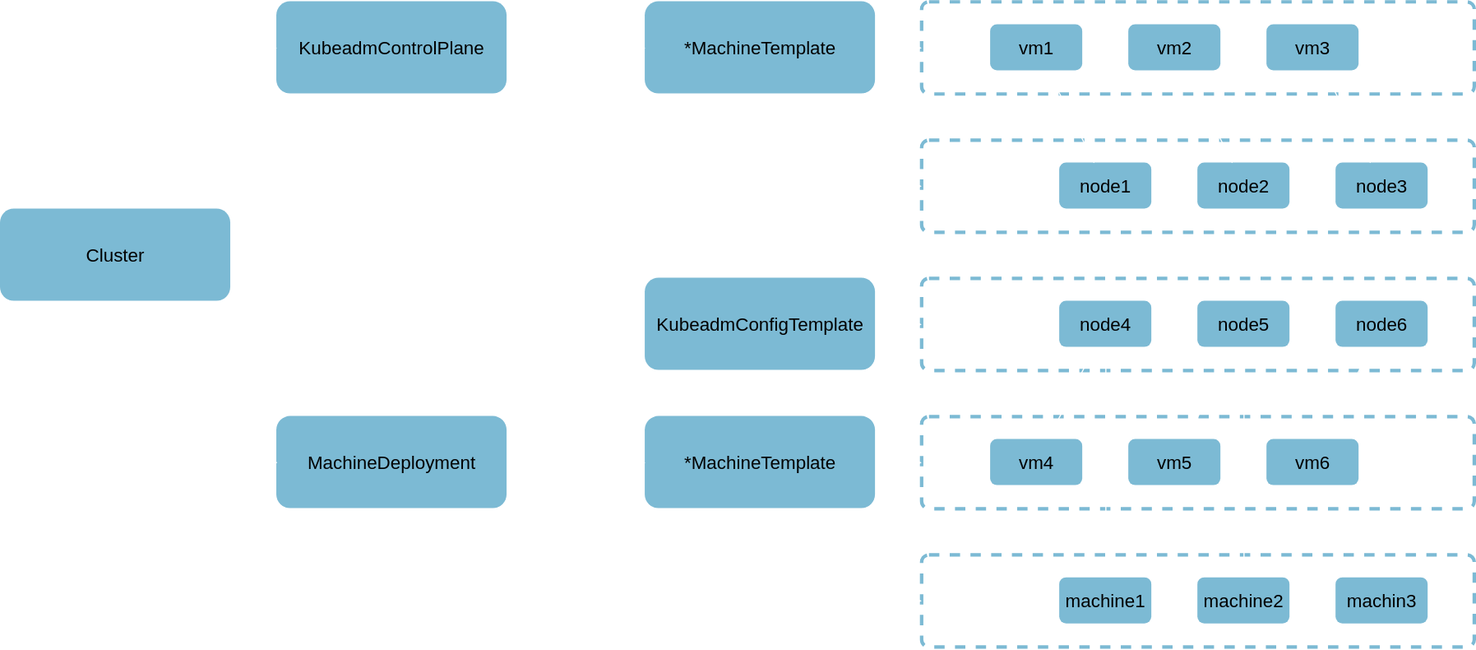
The draw.io diagram 120_kubernetes/cluster-api/overview.drawio.svg in nicholasdille/container-slides, before a commit. Source tidied: cells renumbered, new cells last; positions are measured from the earlier drawing's top-left corner, leaving out a move shared by most shapes. The source it was exported from:
```xml
<mxGraphModel>
  <root>
    <mxCell id="0" />
    <mxCell id="1" parent="0" />
    <mxCell id="2" value="Control Plane" style="rounded=1;whiteSpace=wrap;html=1;roundedPerimeter=1;fillColor=none;strokeColor=#7CBAD4;dashed=1;align=left;strokeWidth=3;fontSize=16;arcSize=8;fontColor=light-dark(#FFFFFF,#FFFFFF);" parent="1" vertex="1">
      <mxGeometry x="800" y="120" width="480" height="80" as="geometry" />
    </mxCell>
    <mxCell id="3" value="node1" style="rounded=1;whiteSpace=wrap;html=1;roundedPerimeter=1;fillColor=#7CBAD4;strokeColor=none;dashed=1;align=center;strokeWidth=3;fontSize=16;" parent="1" vertex="1">
      <mxGeometry x="920" y="140" width="80" height="40" as="geometry" />
    </mxCell>
    <mxCell id="4" value="node2" style="rounded=1;whiteSpace=wrap;html=1;roundedPerimeter=1;fillColor=#7CBAD4;strokeColor=none;dashed=1;align=center;strokeWidth=3;fontSize=16;" parent="1" vertex="1">
      <mxGeometry x="1040" y="140" width="80" height="40" as="geometry" />
    </mxCell>
    <mxCell id="5" value="node3" style="rounded=1;whiteSpace=wrap;html=1;roundedPerimeter=1;fillColor=#7CBAD4;strokeColor=none;dashed=1;align=center;strokeWidth=3;fontSize=16;" parent="1" vertex="1">
      <mxGeometry x="1160" y="140" width="80" height="40" as="geometry" />
    </mxCell>
    <mxCell id="6" value="Worker" style="rounded=1;whiteSpace=wrap;html=1;roundedPerimeter=1;fillColor=none;strokeColor=#7CBAD4;dashed=1;align=left;strokeWidth=3;fontSize=16;arcSize=8;fontColor=light-dark(#FFFFFF,#FFFFFF);" parent="1" vertex="1">
      <mxGeometry x="800" y="240" width="480" height="80" as="geometry" />
    </mxCell>
    <mxCell id="7" value="node4" style="rounded=1;whiteSpace=wrap;html=1;roundedPerimeter=1;fillColor=#7CBAD4;strokeColor=none;dashed=1;align=center;strokeWidth=3;fontSize=16;" parent="1" vertex="1">
      <mxGeometry x="920" y="260" width="80" height="40" as="geometry" />
    </mxCell>
    <mxCell id="8" value="node5" style="rounded=1;whiteSpace=wrap;html=1;roundedPerimeter=1;fillColor=#7CBAD4;strokeColor=none;dashed=1;align=center;strokeWidth=3;fontSize=16;" parent="1" vertex="1">
      <mxGeometry x="1040" y="260" width="80" height="40" as="geometry" />
    </mxCell>
    <mxCell id="9" value="node6" style="rounded=1;whiteSpace=wrap;html=1;roundedPerimeter=1;fillColor=#7CBAD4;strokeColor=none;dashed=1;align=center;strokeWidth=3;fontSize=16;" parent="1" vertex="1">
      <mxGeometry x="1160" y="260" width="80" height="40" as="geometry" />
    </mxCell>
    <mxCell id="10" style="rounded=1;whiteSpace=wrap;html=1;roundedPerimeter=1;fillColor=none;strokeColor=#7CBAD4;dashed=1;align=left;strokeWidth=3;fontSize=16;arcSize=8;fontColor=light-dark(#FFFFFF,#FFFFFF);" parent="1" vertex="1">
      <mxGeometry x="800" width="480" height="80" as="geometry" />
    </mxCell>
    <mxCell id="11" style="edgeStyle=none;html=1;strokeColor=light-dark(#FFFFFF,#FFFFFF);" parent="1" edge="1" source="12" target="3">
      <mxGeometry relative="1" as="geometry" />
    </mxCell>
    <mxCell id="12" value="vm1" style="rounded=1;whiteSpace=wrap;html=1;roundedPerimeter=1;fillColor=#7CBAD4;strokeColor=none;dashed=1;align=center;strokeWidth=3;fontSize=16;" parent="1" vertex="1">
      <mxGeometry x="860" y="20" width="80" height="40" as="geometry" />
    </mxCell>
    <mxCell id="13" style="edgeStyle=none;html=1;strokeColor=light-dark(#FFFFFF,#FFFFFF);" parent="1" edge="1" source="14" target="4">
      <mxGeometry relative="1" as="geometry" />
    </mxCell>
    <mxCell id="14" value="vm2" style="rounded=1;whiteSpace=wrap;html=1;roundedPerimeter=1;fillColor=#7CBAD4;strokeColor=none;dashed=1;align=center;strokeWidth=3;fontSize=16;" parent="1" vertex="1">
      <mxGeometry x="980" y="20" width="80" height="40" as="geometry" />
    </mxCell>
    <mxCell id="15" style="edgeStyle=none;html=1;strokeColor=light-dark(#FFFFFF,#FFFFFF);" parent="1" edge="1" source="16" target="5">
      <mxGeometry relative="1" as="geometry" />
    </mxCell>
    <mxCell id="16" value="vm3" style="rounded=1;whiteSpace=wrap;html=1;roundedPerimeter=1;fillColor=#7CBAD4;strokeColor=none;dashed=1;align=center;strokeWidth=3;fontSize=16;" parent="1" vertex="1">
      <mxGeometry x="1100" y="20" width="80" height="40" as="geometry" />
    </mxCell>
    <mxCell id="17" style="rounded=1;whiteSpace=wrap;html=1;roundedPerimeter=1;fillColor=none;strokeColor=#7CBAD4;dashed=1;align=left;strokeWidth=3;fontSize=16;arcSize=8;fontColor=light-dark(#FFFFFF,#FFFFFF);" parent="1" vertex="1">
      <mxGeometry x="800" y="360" width="480" height="80" as="geometry" />
    </mxCell>
    <mxCell id="18" style="edgeStyle=none;html=1;strokeColor=light-dark(#FFFFFF,#FFFFFF);" parent="1" edge="1" source="19" target="7">
      <mxGeometry relative="1" as="geometry" />
    </mxCell>
    <mxCell id="19" value="vm4" style="rounded=1;whiteSpace=wrap;html=1;roundedPerimeter=1;fillColor=#7CBAD4;strokeColor=none;dashed=1;align=center;strokeWidth=3;fontSize=16;" parent="1" vertex="1">
      <mxGeometry x="860" y="380" width="80" height="40" as="geometry" />
    </mxCell>
    <mxCell id="20" style="edgeStyle=none;html=1;strokeColor=light-dark(#FFFFFF,#FFFFFF);" parent="1" edge="1" source="21" target="8">
      <mxGeometry relative="1" as="geometry" />
    </mxCell>
    <mxCell id="21" value="vm5" style="rounded=1;whiteSpace=wrap;html=1;roundedPerimeter=1;fillColor=#7CBAD4;strokeColor=none;dashed=1;align=center;strokeWidth=3;fontSize=16;" parent="1" vertex="1">
      <mxGeometry x="980" y="380" width="80" height="40" as="geometry" />
    </mxCell>
    <mxCell id="22" style="edgeStyle=none;html=1;strokeColor=light-dark(#FFFFFF,#FFFFFF);" parent="1" edge="1" source="23" target="9">
      <mxGeometry relative="1" as="geometry" />
    </mxCell>
    <mxCell id="23" value="vm6" style="rounded=1;whiteSpace=wrap;html=1;roundedPerimeter=1;fillColor=#7CBAD4;strokeColor=none;dashed=1;align=center;strokeWidth=3;fontSize=16;" parent="1" vertex="1">
      <mxGeometry x="1100" y="380" width="80" height="40" as="geometry" />
    </mxCell>
    <mxCell id="24" value="MachineSet" style="rounded=1;whiteSpace=wrap;html=1;roundedPerimeter=1;fillColor=none;strokeColor=#7CBAD4;dashed=1;align=left;strokeWidth=3;fontSize=16;arcSize=8;fontColor=light-dark(#FFFFFF,#FFFFFF);" parent="1" vertex="1">
      <mxGeometry x="800" y="480" width="480" height="80" as="geometry" />
    </mxCell>
    <mxCell id="25" style="edgeStyle=none;html=1;strokeColor=light-dark(#FFFFFF,#FFFFFF);" parent="1" edge="1" source="26" target="7">
      <mxGeometry relative="1" as="geometry" />
    </mxCell>
    <mxCell id="26" value="machine1" style="rounded=1;whiteSpace=wrap;html=1;roundedPerimeter=1;fillColor=#7CBAD4;strokeColor=none;dashed=1;align=center;strokeWidth=3;fontSize=16;" parent="1" vertex="1">
      <mxGeometry x="920" y="500" width="80" height="40" as="geometry" />
    </mxCell>
    <mxCell id="27" style="edgeStyle=none;html=1;strokeColor=light-dark(#FFFFFF,#FFFFFF);" parent="1" edge="1" source="28" target="8">
      <mxGeometry relative="1" as="geometry" />
    </mxCell>
    <mxCell id="28" value="machine2" style="rounded=1;whiteSpace=wrap;html=1;roundedPerimeter=1;fillColor=#7CBAD4;strokeColor=none;dashed=1;align=center;strokeWidth=3;fontSize=16;" parent="1" vertex="1">
      <mxGeometry x="1040" y="500" width="80" height="40" as="geometry" />
    </mxCell>
    <mxCell id="29" style="edgeStyle=none;html=1;strokeColor=light-dark(#FFFFFF,#FFFFFF);" parent="1" edge="1" source="30" target="9">
      <mxGeometry relative="1" as="geometry" />
    </mxCell>
    <mxCell id="30" value="machin3" style="rounded=1;whiteSpace=wrap;html=1;roundedPerimeter=1;fillColor=#7CBAD4;strokeColor=none;dashed=1;align=center;strokeWidth=3;fontSize=16;" parent="1" vertex="1">
      <mxGeometry x="1160" y="500" width="80" height="40" as="geometry" />
    </mxCell>
    <mxCell id="31" style="edgeStyle=none;html=1;strokeColor=light-dark(#FFFFFF,#FFFFFF);" parent="1" edge="1" source="32" target="10">
      <mxGeometry relative="1" as="geometry" />
    </mxCell>
    <mxCell id="32" value="*MachineTemplate" style="rounded=1;whiteSpace=wrap;html=1;roundedPerimeter=1;fillColor=#7CBAD4;strokeColor=none;dashed=1;align=center;strokeWidth=3;fontSize=16;" parent="1" vertex="1">
      <mxGeometry x="560" width="200" height="80" as="geometry" />
    </mxCell>
    <mxCell id="33" style="edgeStyle=none;html=1;strokeColor=light-dark(#FFFFFF,#FFFFFF);" parent="1" edge="1" source="34" target="17">
      <mxGeometry relative="1" as="geometry" />
    </mxCell>
    <mxCell id="34" value="*MachineTemplate" style="rounded=1;whiteSpace=wrap;html=1;roundedPerimeter=1;fillColor=#7CBAD4;strokeColor=none;dashed=1;align=center;strokeWidth=3;fontSize=16;" parent="1" vertex="1">
      <mxGeometry x="560" y="360" width="200" height="80" as="geometry" />
    </mxCell>
    <mxCell id="35" style="edgeStyle=none;html=1;strokeColor=light-dark(#FFFFFF,#FFFFFF);" parent="1" edge="1" source="37" target="32">
      <mxGeometry relative="1" as="geometry" />
    </mxCell>
    <mxCell id="36" style="edgeStyle=orthogonalEdgeStyle;html=1;strokeColor=light-dark(#FFFFFF,#FFFFFF);" parent="1" edge="1" source="37" target="2">
      <mxGeometry x="-0.21" relative="1" as="geometry">
        <Array as="points">
          <mxPoint x="480" y="40" />
          <mxPoint x="480" y="160" />
        </Array>
      </mxGeometry>
    </mxCell>
    <mxCell id="37" value="KubeadmControlPlane" style="rounded=1;whiteSpace=wrap;html=1;roundedPerimeter=1;fillColor=#7CBAD4;strokeColor=none;dashed=1;align=center;strokeWidth=3;fontSize=16;" parent="1" vertex="1">
      <mxGeometry x="240" width="200" height="80" as="geometry" />
    </mxCell>
    <mxCell id="38" style="edgeStyle=none;html=1;strokeColor=light-dark(#FFFFFF,#FFFFFF);" parent="1" edge="1" source="41" target="34">
      <mxGeometry relative="1" as="geometry" />
    </mxCell>
    <mxCell id="39" style="edgeStyle=orthogonalEdgeStyle;html=1;strokeColor=light-dark(#FFFFFF,#FFFFFF);" parent="1" edge="1" source="41" target="43">
      <mxGeometry x="-0.36" relative="1" as="geometry">
        <Array as="points">
          <mxPoint x="480" y="400" />
          <mxPoint x="480" y="260" />
        </Array>
      </mxGeometry>
    </mxCell>
    <mxCell id="40" style="edgeStyle=orthogonalEdgeStyle;html=1;strokeColor=light-dark(#FFFFFF,#FFFFFF);" parent="1" edge="1" source="41" target="24">
      <mxGeometry x="-0.12" relative="1" as="geometry">
        <Array as="points">
          <mxPoint x="480" y="400" />
          <mxPoint x="480" y="520" />
        </Array>
      </mxGeometry>
    </mxCell>
    <mxCell id="41" value="MachineDeployment" style="rounded=1;whiteSpace=wrap;html=1;roundedPerimeter=1;fillColor=#7CBAD4;strokeColor=none;dashed=1;align=center;strokeWidth=3;fontSize=16;" parent="1" vertex="1">
      <mxGeometry x="240" y="360" width="200" height="80" as="geometry" />
    </mxCell>
    <mxCell id="42" style="edgeStyle=none;html=1;strokeColor=light-dark(#FFFFFF,#FFFFFF);" parent="1" edge="1" source="43" target="6">
      <mxGeometry relative="1" as="geometry" />
    </mxCell>
    <mxCell id="43" value="KubeadmConfigTemplate" style="rounded=1;whiteSpace=wrap;html=1;roundedPerimeter=1;fillColor=#7CBAD4;strokeColor=none;dashed=1;align=center;strokeWidth=3;fontSize=16;" parent="1" vertex="1">
      <mxGeometry x="560" y="240" width="200" height="80" as="geometry" />
    </mxCell>
    <mxCell id="44" style="edgeStyle=orthogonalEdgeStyle;html=1;strokeColor=light-dark(#FFFFFF,#FFFFFF);" parent="1" edge="1" source="46" target="37">
      <mxGeometry relative="1" as="geometry">
        <Array as="points">
          <mxPoint x="100" y="40" />
        </Array>
      </mxGeometry>
    </mxCell>
    <mxCell id="45" style="edgeStyle=orthogonalEdgeStyle;html=1;strokeColor=light-dark(#FFFFFF,#FFFFFF);" parent="1" edge="1" source="41" target="46">
      <mxGeometry x="0.12" relative="1" as="geometry" />
    </mxCell>
    <mxCell id="46" value="Cluster" style="rounded=1;whiteSpace=wrap;html=1;roundedPerimeter=1;fillColor=#7CBAD4;strokeColor=none;dashed=1;align=center;strokeWidth=3;fontSize=16;" parent="1" vertex="1">
      <mxGeometry y="180" width="200" height="80" as="geometry" />
    </mxCell>
  </root>
</mxGraphModel>
```
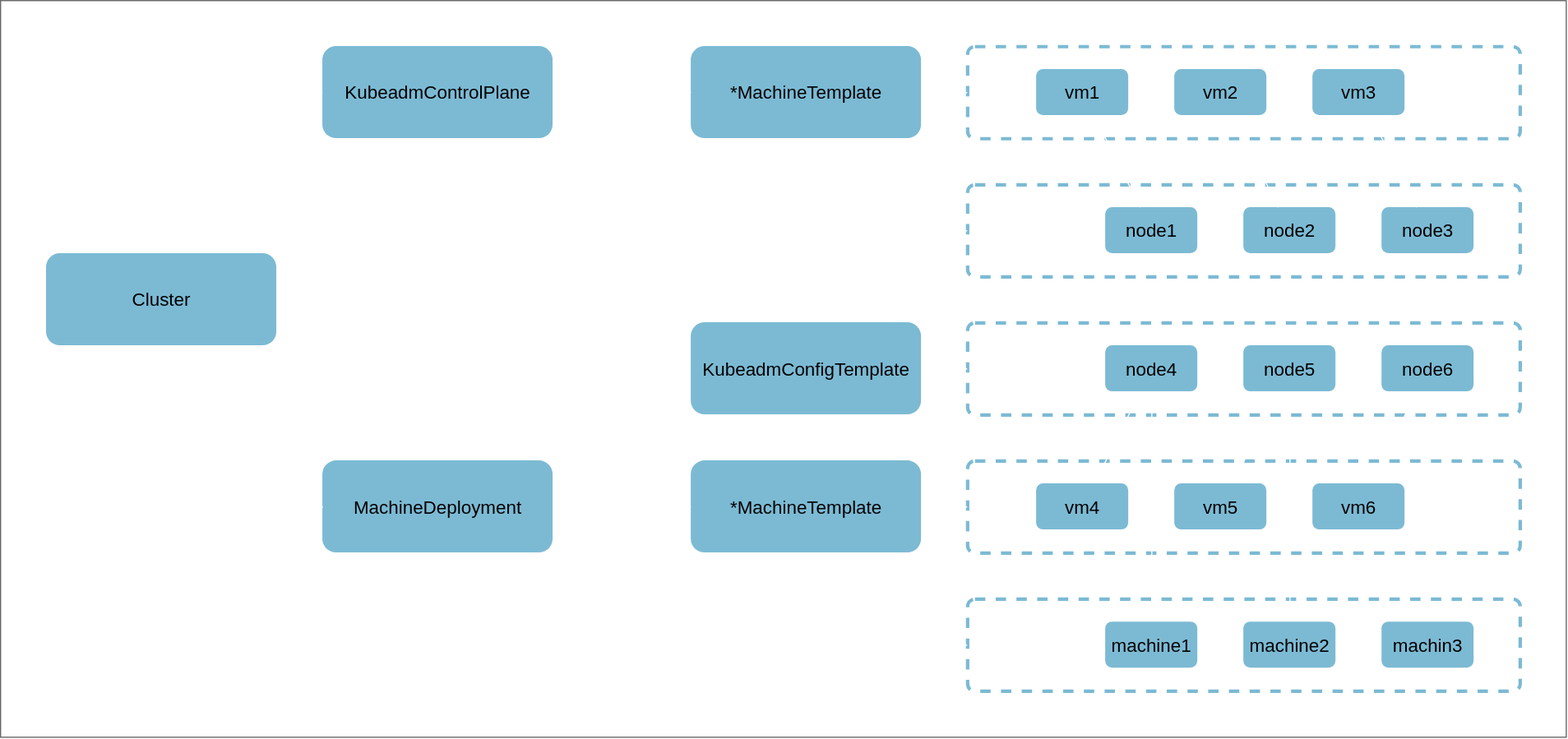
The same diagram one commit later.

What changed in the source:
```diff
@@ -2,6 +2,9 @@
   <root>
     <mxCell id="0" />
     <mxCell id="1" parent="0" />
+    <mxCell id="47" style="rounded=0;whiteSpace=wrap;html=1;fillColor=none;strokeColor=#666666;" parent="1" vertex="1">
+      <mxGeometry x="-40" y="-40" width="1360" height="640" as="geometry" />
+    </mxCell>
     <mxCell id="2" value="Control Plane" style="rounded=1;whiteSpace=wrap;html=1;roundedPerimeter=1;fillColor=none;strokeColor=#7CBAD4;dashed=1;align=left;strokeWidth=3;fontSize=16;arcSize=8;fontColor=light-dark(#FFFFFF,#FFFFFF);" parent="1" vertex="1">
       <mxGeometry x="800" y="120" width="480" height="80" as="geometry" />
     </mxCell>
```
